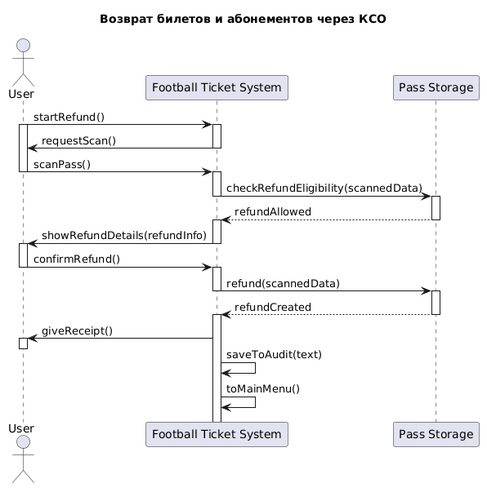
Above: source/Диаграмма последовательности - Возврат покупок и абонементов.png in penamarth/bsbo-11-24_team5_var10_football (PlantUML), before the change.
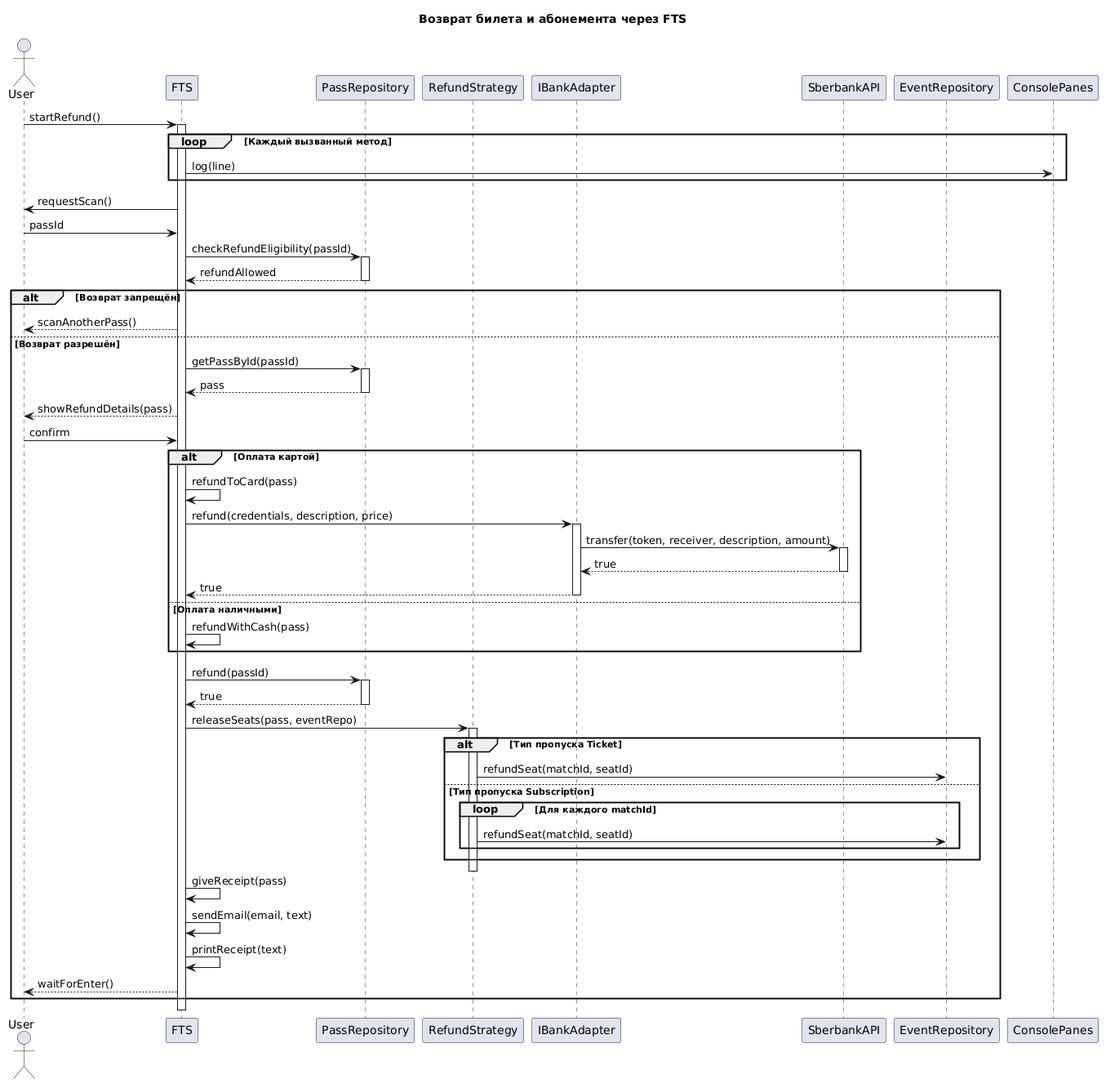
The same diagram one commit later.

Change to the diagram source:
```diff
@@ -1,49 +1,76 @@
 @startuml
-title Возврат билетов и абонементов через КСО
+title Возврат билета и абонемента через FTS
 
 actor "User" as User
-participant "Football Ticket System" as FTS
-participant "Pass Storage" as PassStorage
+participant "FTS" as FTS
+participant "PassRepository" as PassRepository
+participant "RefundStrategy" as Strategy
+participant "IBankAdapter" as Bank
+participant "SberbankAPI" as Sber
+participant "EventRepository" as EventRepository
+participant "ConsolePanes" as Panes
 
 User -> FTS : startRefund()
-activate User
 activate FTS
 
+loop Каждый вызванный метод
+    FTS -> Panes : log(line)
+end
+
 FTS -> User : requestScan()
+User -> FTS : passId
+
+FTS -> PassRepository : checkRefundEligibility(passId)
+activate PassRepository
+PassRepository --> FTS : refundAllowed
+deactivate PassRepository
+
+alt Возврат запрещён
+    FTS --> User : scanAnotherPass()
+else Возврат разрешён
+    FTS -> PassRepository : getPassById(passId)
+    activate PassRepository
+    PassRepository --> FTS : pass
+    deactivate PassRepository
+
+    FTS --> User : showRefundDetails(pass)
+    User -> FTS : confirm
+
+    alt Оплата картой
+        FTS -> FTS : refundToCard(pass)
+        FTS -> Bank : refund(credentials, description, price)
+        activate Bank
+        Bank -> Sber : transfer(token, receiver, description, amount)
+        activate Sber
+        Sber --> Bank : true
+        deactivate Sber
+        Bank --> FTS : true
+        deactivate Bank
+    else Оплата наличными
+        FTS -> FTS : refundWithCash(pass)
+    end
+
+    FTS -> PassRepository : refund(passId)
+    activate PassRepository
+    PassRepository --> FTS : true
+    deactivate PassRepository
+
+    FTS -> Strategy : releaseSeats(pass, eventRepo)
+    activate Strategy
+    alt Тип пропуска Ticket
+        Strategy -> EventRepository : refundSeat(matchId, seatId)
+    else Тип пропуска Subscription
+        loop Для каждого matchId
+            Strategy -> EventRepository : refundSeat(matchId, seatId)
+        end
+    end
+    deactivate Strategy
+
+    FTS -> FTS : giveReceipt(pass)
+    FTS -> FTS : sendEmail(email, text)
+    FTS -> FTS : printReceipt(text)
+    FTS --> User : waitForEnter()
+end
+
 deactivate FTS
-
-User -> FTS : scanPass()
-activate FTS
-deactivate User
-
-FTS -> PassStorage : checkRefundEligibility(scannedData)
-activate PassStorage
-deactivate FTS
-PassStorage --> FTS : refundAllowed
-deactivate PassStorage
-activate FTS
-
-FTS -> User : showRefundDetails(refundInfo)
-deactivate FTS
-activate User
-
-User -> FTS : confirmRefund()
-activate FTS
-deactivate User
-
-FTS -> PassStorage : refund(scannedData)
-activate PassStorage
-deactivate FTS
-
-PassStorage --> FTS : refundCreated
-deactivate PassStorage
-activate FTS
-
-FTS -> User : giveReceipt()
-activate User
-deactivate User
-
-FTS -> FTS : saveToAudit(text)
-
-FTS -> FTS : toMainMenu()
 @enduml
```
